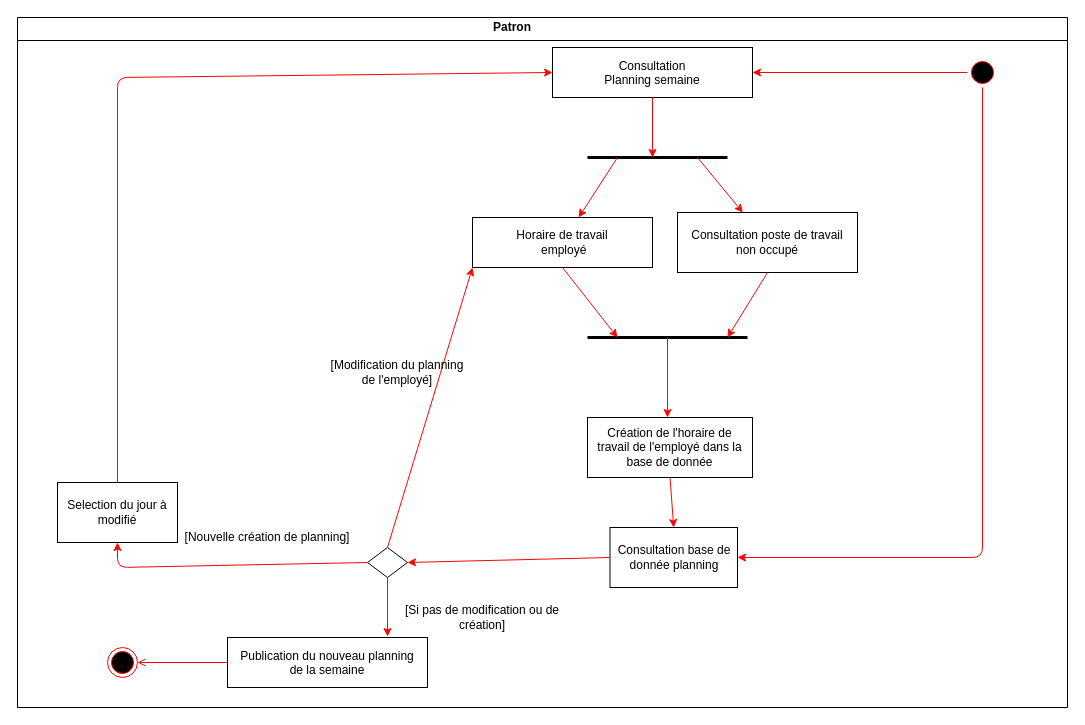
This is diagramme_activite.drawio from NHatim/aca, a draw.io file, before an edit. Source tidied: cells renumbered, new cells numbered last; positions are measured from the earlier drawing's top-left corner, leaving out a move shared by most shapes. Both pictures are drawn from the tidied source at 100%, with x=0, y=0 at pixel (17, 17).
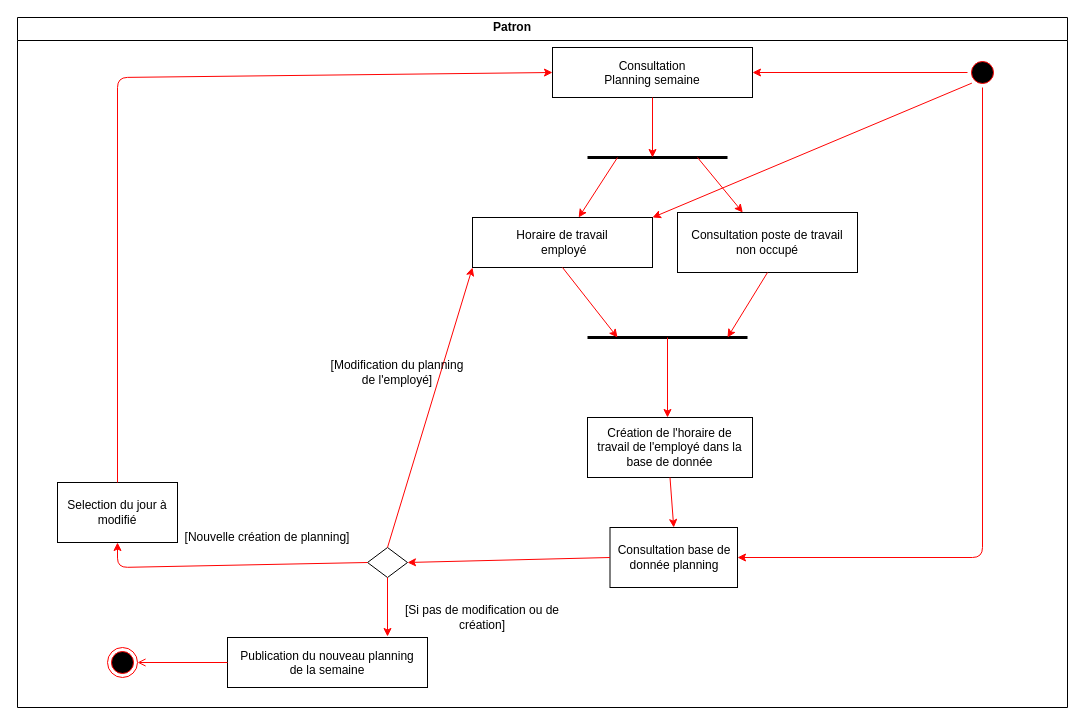
The same page after the edit.

The change refers to these unchanged cells:
```xml
<mxCell id="2" style="swimlane;whiteSpace=wrap;" parent="1" vertex="1">
  <mxGeometry width="1050" height="690" as="geometry" />
</mxCell>
<mxCell id="3" style="ellipse;shape=startState;fillColor=#000000;strokeColor=#ff0000;" parent="2" vertex="1">
  <mxGeometry x="950" y="40" width="30" height="30" as="geometry" />
</mxCell>
<mxCell id="9" value="Horaire de travail&lt;br&gt;&amp;nbsp;employé" style="rounded=0;whiteSpace=wrap;html=1;" parent="2" vertex="1">
  <mxGeometry x="455" y="200" width="180" height="50" as="geometry" />
</mxCell>
```

Diff of the diagram source:
```diff
@@
+    <mxCell id="34" style="endArrow=classic;html=1;strokeColor=#FF0303;strokeWidth=1;entryX=1;entryY=0;entryDx=0;entryDy=0;exitX=0;exitY=1;exitDx=0;exitDy=0;" parent="2" edge="1" source="3" target="9">
+      <mxGeometry relative="1" as="geometry" />
+    </mxCell>
```
